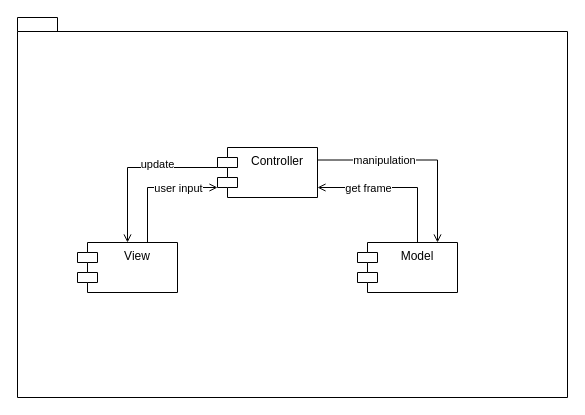
The draw.io diagram GUI/Architecture/Video-GUI.drawio in Uhgtred/Robot_Remote_Control, before the edit. Source tidied: cells renumbered, new cells numbered last; positions are measured from the earlier drawing's top-left corner, leaving out a move shared by most shapes. Both pictures are drawn from the tidied source at 100%, with x=0, y=0 at pixel (17, 17).
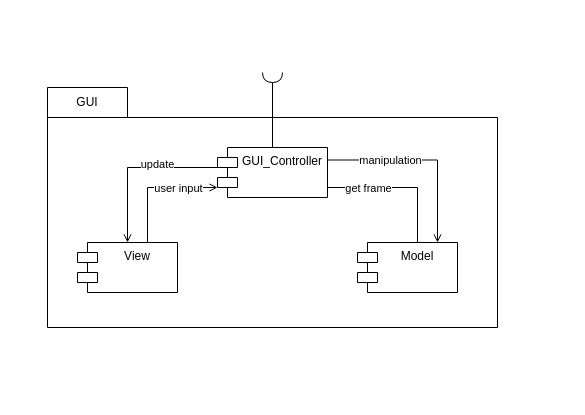
The same diagram, later.

What changed in the source:
```diff
@@
-    <mxCell id="2" style="shape=folder;fontStyle=1;spacingTop=10;tabWidth=40;tabHeight=14;tabPosition=left;html=1;" parent="1" vertex="1">
-      <mxGeometry width="550" height="380" as="geometry" />
+    <mxCell id="2" style="shape=folder;fontStyle=1;spacingTop=10;tabWidth=80;tabHeight=30;tabPosition=left;html=1;" parent="1" vertex="1">
+      <mxGeometry x="30" y="70" width="450" height="240" as="geometry" />
     </mxCell>
@@
+    <mxCell id="14" style="edgeStyle=orthogonalEdgeStyle;rounded=0;jettySize=auto;html=1;entryX=1;entryY=0.5;entryDx=0;entryDy=0;entryPerimeter=0;endArrow=none;endFill=0;" parent="1" edge="1" source="13" target="15">
+      <mxGeometry relative="1" as="geometry" />
+    </mxCell>
-    <mxCell id="13" value="Controller" style="shape=module;align=left;spacingLeft=20;align=center;verticalAlign=top;" parent="1" vertex="1">
-      <mxGeometry x="200" y="130" width="100" height="50" as="geometry" />
+    <mxCell id="13" value="GUI_Controller" style="shape=module;align=left;spacingLeft=20;align=center;verticalAlign=top;" parent="1" vertex="1">
+      <mxGeometry x="200" y="130" width="110" height="50" as="geometry" />
     </mxCell>
+    <mxCell id="15" style="shape=requiredInterface;html=1;verticalLabelPosition=bottom;sketch=0;rotation=90;" parent="1" vertex="1">
+      <mxGeometry x="250" y="50" width="10" height="20" as="geometry" />
+    </mxCell>
+    <mxCell id="16" value="GUI" style="text;html=1;strokeColor=none;fillColor=none;align=center;verticalAlign=middle;whiteSpace=wrap;rounded=0;" parent="1" vertex="1">
+      <mxGeometry x="40" y="70" width="60" height="30" as="geometry" />
+    </mxCell>
```
